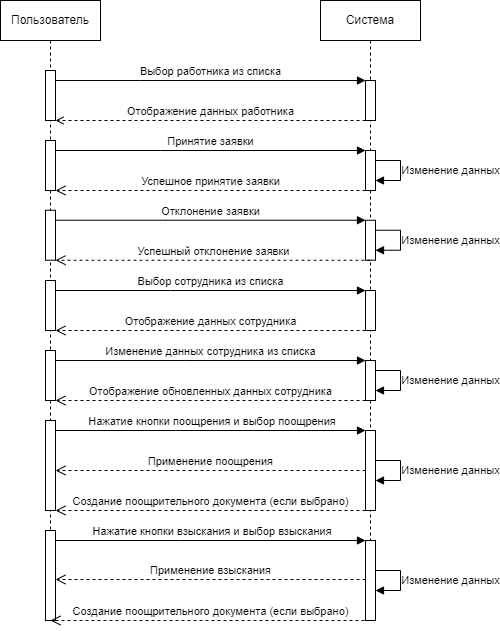
Before: Документация/Диаграмма последовательности.png, a diagram exported from draw.io (AntipkinD/HRD). Source tidied: cells renumbered, new cells last; positions are measured from the earlier drawing's top-left corner, leaving out a move shared by most shapes.
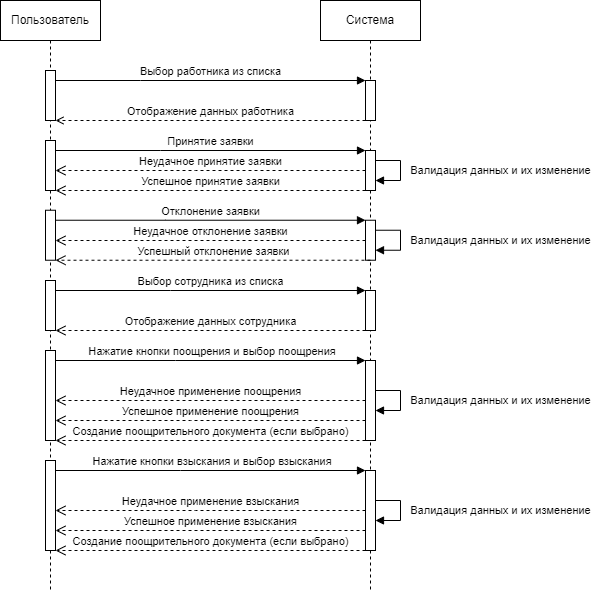
The same diagram one commit later.

Diff of the diagram source:
```diff
@@ -18,14 +18,11 @@
       <mxGeometry x="45" y="280" width="10" height="50" as="geometry" />
     </mxCell>
     <mxCell id="7" style="html=1;points=[];perimeter=orthogonalPerimeter;outlineConnect=0;targetShapes=umlLifeline;portConstraint=eastwest;newEdgeStyle={&quot;edgeStyle&quot;:&quot;elbowEdgeStyle&quot;,&quot;elbow&quot;:&quot;vertical&quot;,&quot;curved&quot;:0,&quot;rounded&quot;:0};" parent="2" vertex="1">
-      <mxGeometry x="45" y="420" width="10" height="90" as="geometry" />
+      <mxGeometry x="45" y="350" width="10" height="90" as="geometry" />
     </mxCell>
     <mxCell id="8" style="html=1;points=[];perimeter=orthogonalPerimeter;outlineConnect=0;targetShapes=umlLifeline;portConstraint=eastwest;newEdgeStyle={&quot;edgeStyle&quot;:&quot;elbowEdgeStyle&quot;,&quot;elbow&quot;:&quot;vertical&quot;,&quot;curved&quot;:0,&quot;rounded&quot;:0};" parent="2" vertex="1">
-      <mxGeometry x="45" y="530" width="10" height="90" as="geometry" />
+      <mxGeometry x="45" y="460" width="10" height="90" as="geometry" />
     </mxCell>
-    <mxCell id="9" style="html=1;points=[];perimeter=orthogonalPerimeter;outlineConnect=0;targetShapes=umlLifeline;portConstraint=eastwest;newEdgeStyle={&quot;edgeStyle&quot;:&quot;elbowEdgeStyle&quot;,&quot;elbow&quot;:&quot;vertical&quot;,&quot;curved&quot;:0,&quot;rounded&quot;:0};" parent="2" vertex="1">
-      <mxGeometry x="45" y="350" width="10" height="50" as="geometry" />
-    </mxCell>
     <mxCell id="10" value="Система" style="shape=umlLifeline;perimeter=lifelinePerimeter;whiteSpace=wrap;html=1;newEdgeStyle={&quot;edgeStyle&quot;:&quot;elbowEdgeStyle&quot;,&quot;elbow&quot;:&quot;vertical&quot;,&quot;curved&quot;:0,&quot;rounded&quot;:0};" parent="1" vertex="1">
       <mxGeometry x="320" width="100" height="590" as="geometry" />
     </mxCell>
@@ -43,9 +40,9 @@
         </Array>
       </mxGeometry>
     </mxCell>
-    <mxCell id="14" value="Изменение данных" style="edgeLabel;html=1;align=center;verticalAlign=middle;" parent="13" vertex="1">
+    <mxCell id="14" value="Валидация данных и их изменение" style="edgeLabel;html=1;align=center;verticalAlign=middle;" parent="13" vertex="1">
       <mxGeometry x="-0.12" y="1" relative="1" as="geometry">
-        <mxPoint x="49" y="4" as="offset" />
+        <mxPoint x="99" y="4" as="offset" />
       </mxGeometry>
     </mxCell>
     <mxCell id="15" style="html=1;points=[];perimeter=orthogonalPerimeter;outlineConnect=0;targetShapes=umlLifeline;portConstraint=eastwest;newEdgeStyle={&quot;edgeStyle&quot;:&quot;elbowEdgeStyle&quot;,&quot;elbow&quot;:&quot;vertical&quot;,&quot;curved&quot;:0,&quot;rounded&quot;:0};" parent="10" vertex="1">
@@ -59,63 +56,46 @@
         </Array>
       </mxGeometry>
     </mxCell>
-    <mxCell id="17" value="Изменение данных" style="edgeLabel;html=1;align=center;verticalAlign=middle;" parent="16" vertex="1">
+    <mxCell id="17" value="Валидация данных и их изменение" style="edgeLabel;html=1;align=center;verticalAlign=middle;" parent="16" vertex="1">
       <mxGeometry x="-0.12" y="1" relative="1" as="geometry">
-        <mxPoint x="49" y="4" as="offset" />
+        <mxPoint x="99" y="4" as="offset" />
       </mxGeometry>
     </mxCell>
     <mxCell id="18" style="html=1;points=[];perimeter=orthogonalPerimeter;outlineConnect=0;targetShapes=umlLifeline;portConstraint=eastwest;newEdgeStyle={&quot;edgeStyle&quot;:&quot;elbowEdgeStyle&quot;,&quot;elbow&quot;:&quot;vertical&quot;,&quot;curved&quot;:0,&quot;rounded&quot;:0};" parent="10" vertex="1">
       <mxGeometry x="45" y="290" width="10" height="40" as="geometry" />
     </mxCell>
     <mxCell id="19" style="html=1;points=[];perimeter=orthogonalPerimeter;outlineConnect=0;targetShapes=umlLifeline;portConstraint=eastwest;newEdgeStyle={&quot;edgeStyle&quot;:&quot;elbowEdgeStyle&quot;,&quot;elbow&quot;:&quot;vertical&quot;,&quot;curved&quot;:0,&quot;rounded&quot;:0};" parent="10" vertex="1">
-      <mxGeometry x="45" y="430" width="10" height="80" as="geometry" />
+      <mxGeometry x="45" y="360" width="10" height="80" as="geometry" />
     </mxCell>
     <mxCell id="20" style="html=1;points=[];perimeter=orthogonalPerimeter;outlineConnect=0;targetShapes=umlLifeline;portConstraint=eastwest;newEdgeStyle={&quot;edgeStyle&quot;:&quot;elbowEdgeStyle&quot;,&quot;elbow&quot;:&quot;vertical&quot;,&quot;curved&quot;:0,&quot;rounded&quot;:0};" parent="10" vertex="1">
-      <mxGeometry x="45" y="540" width="10" height="80" as="geometry" />
+      <mxGeometry x="45" y="470" width="10" height="80" as="geometry" />
     </mxCell>
     <mxCell id="21" style="endArrow=block;html=1;rounded=0;endFill=1;" parent="10" edge="1" source="20" target="20">
       <mxGeometry relative="1" as="geometry">
         <Array as="points">
-          <mxPoint x="80" y="570" />
-          <mxPoint x="80" y="590" />
+          <mxPoint x="80" y="500" />
+          <mxPoint x="80" y="520" />
         </Array>
       </mxGeometry>
     </mxCell>
-    <mxCell id="22" value="Изменение данных" style="edgeLabel;html=1;align=center;verticalAlign=middle;" parent="21" vertex="1">
+    <mxCell id="22" value="Валидация данных и их изменение" style="edgeLabel;html=1;align=center;verticalAlign=middle;" parent="21" vertex="1">
       <mxGeometry x="-0.12" y="1" relative="1" as="geometry">
-        <mxPoint x="49" y="4" as="offset" />
+        <mxPoint x="99" y="4" as="offset" />
       </mxGeometry>
     </mxCell>
     <mxCell id="23" style="endArrow=block;html=1;rounded=0;endFill=1;" parent="10" edge="1" source="19" target="19">
       <mxGeometry relative="1" as="geometry">
         <Array as="points">
-          <mxPoint x="80" y="460" />
-          <mxPoint x="80" y="480" />
+          <mxPoint x="80" y="390" />
+          <mxPoint x="80" y="410" />
         </Array>
       </mxGeometry>
     </mxCell>
-    <mxCell id="24" value="Изменение данных" style="edgeLabel;html=1;align=center;verticalAlign=middle;" parent="23" vertex="1">
+    <mxCell id="24" value="Валидация данных и их изменение" style="edgeLabel;html=1;align=center;verticalAlign=middle;" parent="23" vertex="1">
       <mxGeometry x="-0.12" y="1" relative="1" as="geometry">
-        <mxPoint x="49" y="4" as="offset" />
+        <mxPoint x="99" y="4" as="offset" />
       </mxGeometry>
     </mxCell>
-    <mxCell id="25" style="html=1;points=[];perimeter=orthogonalPerimeter;outlineConnect=0;targetShapes=umlLifeline;portConstraint=eastwest;newEdgeStyle={&quot;edgeStyle&quot;:&quot;elbowEdgeStyle&quot;,&quot;elbow&quot;:&quot;vertical&quot;,&quot;curved&quot;:0,&quot;rounded&quot;:0};" parent="10" vertex="1">
-      <mxGeometry x="45" y="360" width="10" height="40" as="geometry" />
-    </mxCell>
-    <mxCell id="26" style="endArrow=block;html=1;rounded=0;endFill=1;" parent="10" edge="1" source="25" target="25">
-      <mxGeometry relative="1" as="geometry">
-        <Array as="points">
-          <mxPoint x="80" y="370" />
-          <mxPoint x="80" y="380" />
-          <mxPoint x="80" y="390" />
-        </Array>
-      </mxGeometry>
-    </mxCell>
-    <mxCell id="27" value="Изменение данных" style="edgeLabel;html=1;align=center;verticalAlign=middle;" parent="26" vertex="1">
-      <mxGeometry x="-0.12" y="1" relative="1" as="geometry">
-        <mxPoint x="49" y="4" as="offset" />
-      </mxGeometry>
-    </mxCell>
     <mxCell id="28" value="Выбор работника из списка" style="html=1;verticalAlign=bottom;endArrow=block;edgeStyle=elbowEdgeStyle;elbow=vertical;curved=0;rounded=0;" parent="1" edge="1" source="3" target="11">
       <mxGeometry relative="1" as="geometry">
         <Array as="points">
@@ -184,76 +164,101 @@
     <mxCell id="36" value="&amp;nbsp;Нажатие кнопки поощрения и выбор поощрения" style="html=1;verticalAlign=bottom;endArrow=block;endSize=6;edgeStyle=elbowEdgeStyle;elbow=vertical;curved=0;rounded=0;endFill=1;" parent="1" edge="1" source="7" target="19">
       <mxGeometry relative="1" as="geometry">
         <Array as="points">
-          <mxPoint x="175" y="430" />
-          <mxPoint x="155" y="440" />
+          <mxPoint x="175" y="360" />
+          <mxPoint x="155" y="370" />
         </Array>
       </mxGeometry>
     </mxCell>
-    <mxCell id="37" value="Применение поощрения" style="html=1;verticalAlign=bottom;endArrow=open;dashed=1;endSize=8;edgeStyle=elbowEdgeStyle;elbow=vertical;curved=0;rounded=0;" parent="1" edge="1" source="19" target="7">
+    <mxCell id="37" value="Неудачное применение поощрения" style="html=1;verticalAlign=bottom;endArrow=open;dashed=1;endSize=8;edgeStyle=elbowEdgeStyle;elbow=vertical;curved=0;rounded=0;" parent="1" edge="1" source="19" target="7">
       <mxGeometry relative="1" as="geometry">
         <Array as="points">
-          <mxPoint x="175" y="470" />
-          <mxPoint x="115" y="380" />
-          <mxPoint x="200" y="390" />
-          <mxPoint x="160" y="410" />
+          <mxPoint x="200" y="400" />
+          <mxPoint x="140" y="380" />
+          <mxPoint x="175" y="400" />
+          <mxPoint x="115" y="310" />
+          <mxPoint x="200" y="320" />
+          <mxPoint x="160" y="340" />
         </Array>
       </mxGeometry>
     </mxCell>
     <mxCell id="38" value="Создание поощрительного документа (если выбрано)" style="html=1;verticalAlign=bottom;endArrow=open;dashed=1;endSize=8;edgeStyle=elbowEdgeStyle;elbow=vertical;curved=0;rounded=0;" parent="1" edge="1" source="19" target="7">
       <mxGeometry relative="1" as="geometry">
         <Array as="points">
-          <mxPoint x="170" y="510" />
-          <mxPoint x="110" y="420" />
-          <mxPoint x="195" y="430" />
-          <mxPoint x="155" y="450" />
+          <mxPoint x="170" y="440" />
+          <mxPoint x="110" y="350" />
+          <mxPoint x="195" y="360" />
+          <mxPoint x="155" y="380" />
         </Array>
       </mxGeometry>
     </mxCell>
     <mxCell id="39" value="&amp;nbsp;Нажатие кнопки взыскания и выбор взыскания" style="html=1;verticalAlign=bottom;endArrow=block;endSize=6;edgeStyle=elbowEdgeStyle;elbow=vertical;curved=0;rounded=0;endFill=1;" parent="1" edge="1" source="8" target="20">
       <mxGeometry relative="1" as="geometry">
         <Array as="points">
-          <mxPoint x="180" y="540" />
-          <mxPoint x="160" y="550" />
+          <mxPoint x="180" y="470" />
+          <mxPoint x="160" y="480" />
         </Array>
       </mxGeometry>
     </mxCell>
-    <mxCell id="40" value="Применение взыскания" style="html=1;verticalAlign=bottom;endArrow=open;dashed=1;endSize=8;edgeStyle=elbowEdgeStyle;elbow=vertical;curved=0;rounded=0;" parent="1" edge="1" source="20" target="8">
+    <mxCell id="40" value="Успешное применение взыскания" style="html=1;verticalAlign=bottom;endArrow=open;dashed=1;endSize=8;edgeStyle=elbowEdgeStyle;elbow=vertical;curved=0;rounded=0;" parent="1" edge="1" source="20" target="8">
       <mxGeometry relative="1" as="geometry">
         <Array as="points">
-          <mxPoint x="170" y="579" />
-          <mxPoint x="110" y="489" />
-          <mxPoint x="195" y="499" />
-          <mxPoint x="155" y="519" />
+          <mxPoint x="290" y="530" />
+          <mxPoint x="170" y="509" />
+          <mxPoint x="110" y="419" />
+          <mxPoint x="195" y="429" />
+          <mxPoint x="155" y="449" />
         </Array>
       </mxGeometry>
     </mxCell>
     <mxCell id="41" value="Создание поощрительного документа (если выбрано)" style="html=1;verticalAlign=bottom;endArrow=open;dashed=1;endSize=8;edgeStyle=elbowEdgeStyle;elbow=vertical;curved=0;rounded=0;" parent="1" edge="1" source="20" target="8">
       <mxGeometry relative="1" as="geometry">
         <Array as="points">
-          <mxPoint x="175" y="620" />
-          <mxPoint x="115" y="530" />
-          <mxPoint x="200" y="540" />
-          <mxPoint x="160" y="560" />
+          <mxPoint x="175" y="550" />
+          <mxPoint x="115" y="460" />
+          <mxPoint x="200" y="470" />
+          <mxPoint x="160" y="490" />
         </Array>
       </mxGeometry>
     </mxCell>
-    <mxCell id="42" value="Изменение данных сотрудника из списка" style="html=1;verticalAlign=bottom;endArrow=block;endSize=6;edgeStyle=elbowEdgeStyle;elbow=vertical;curved=0;rounded=0;endFill=1;" parent="1" edge="1" source="9" target="25">
-      <mxGeometry relative="1" as="geometry">
-        <Array as="points">
-          <mxPoint x="185" y="360" />
-          <mxPoint x="165" y="370" />
-        </Array>
-      </mxGeometry>
-    </mxCell>
-    <mxCell id="43" value="Отображение обновленных данных сотрудника" style="html=1;verticalAlign=bottom;endArrow=open;dashed=1;endSize=8;edgeStyle=elbowEdgeStyle;elbow=vertical;curved=0;rounded=0;" parent="1" edge="1" source="25" target="9">
-      <mxGeometry relative="1" as="geometry">
-        <Array as="points">
-          <mxPoint x="165" y="400" />
-          <mxPoint x="105" y="310" />
-          <mxPoint x="190" y="320" />
-          <mxPoint x="150" y="340" />
-        </Array>
-      </mxGeometry>
-    </mxCell>
+    <mxCell id="44" value="Неудачное принятие заявки" style="html=1;verticalAlign=bottom;endArrow=open;dashed=1;endSize=8;edgeStyle=elbowEdgeStyle;elbow=vertical;curved=0;rounded=0;" parent="1" edge="1" source="12" target="4">
+      <mxGeometry relative="1" as="geometry">
+        <Array as="points">
+          <mxPoint x="195" y="170" />
+          <mxPoint x="155" y="190" />
+        </Array>
+      </mxGeometry>
+    </mxCell>
+    <mxCell id="45" value="Неудачное отклонение&amp;nbsp;заявки" style="html=1;verticalAlign=bottom;endArrow=open;dashed=1;endSize=8;edgeStyle=elbowEdgeStyle;elbow=vertical;curved=0;rounded=0;" parent="1" edge="1" source="15" target="5">
+      <mxGeometry relative="1" as="geometry">
+        <Array as="points">
+          <mxPoint x="200" y="240" />
+          <mxPoint x="160" y="260" />
+        </Array>
+      </mxGeometry>
+    </mxCell>
+    <mxCell id="46" value="Успешное применение поощрения" style="html=1;verticalAlign=bottom;endArrow=open;dashed=1;endSize=8;edgeStyle=elbowEdgeStyle;elbow=vertical;curved=0;rounded=0;" parent="1" edge="1" source="19" target="7">
+      <mxGeometry relative="1" as="geometry">
+        <Array as="points">
+          <mxPoint x="190" y="420" />
+          <mxPoint x="145" y="400" />
+          <mxPoint x="180" y="420" />
+          <mxPoint x="120" y="330" />
+          <mxPoint x="205" y="340" />
+          <mxPoint x="165" y="360" />
+        </Array>
+      </mxGeometry>
+    </mxCell>
+    <mxCell id="47" value="Неудачное применение взыскания" style="html=1;verticalAlign=bottom;endArrow=open;dashed=1;endSize=8;edgeStyle=elbowEdgeStyle;elbow=vertical;curved=0;rounded=0;" parent="1" edge="1" source="20" target="8">
+      <mxGeometry relative="1" as="geometry">
+        <Array as="points">
+          <mxPoint x="195" y="510" />
+          <mxPoint x="135" y="490" />
+          <mxPoint x="170" y="510" />
+          <mxPoint x="110" y="420" />
+          <mxPoint x="195" y="430" />
+          <mxPoint x="155" y="450" />
+        </Array>
+      </mxGeometry>
+    </mxCell>
   </root>
 </mxGraphModel>
```
